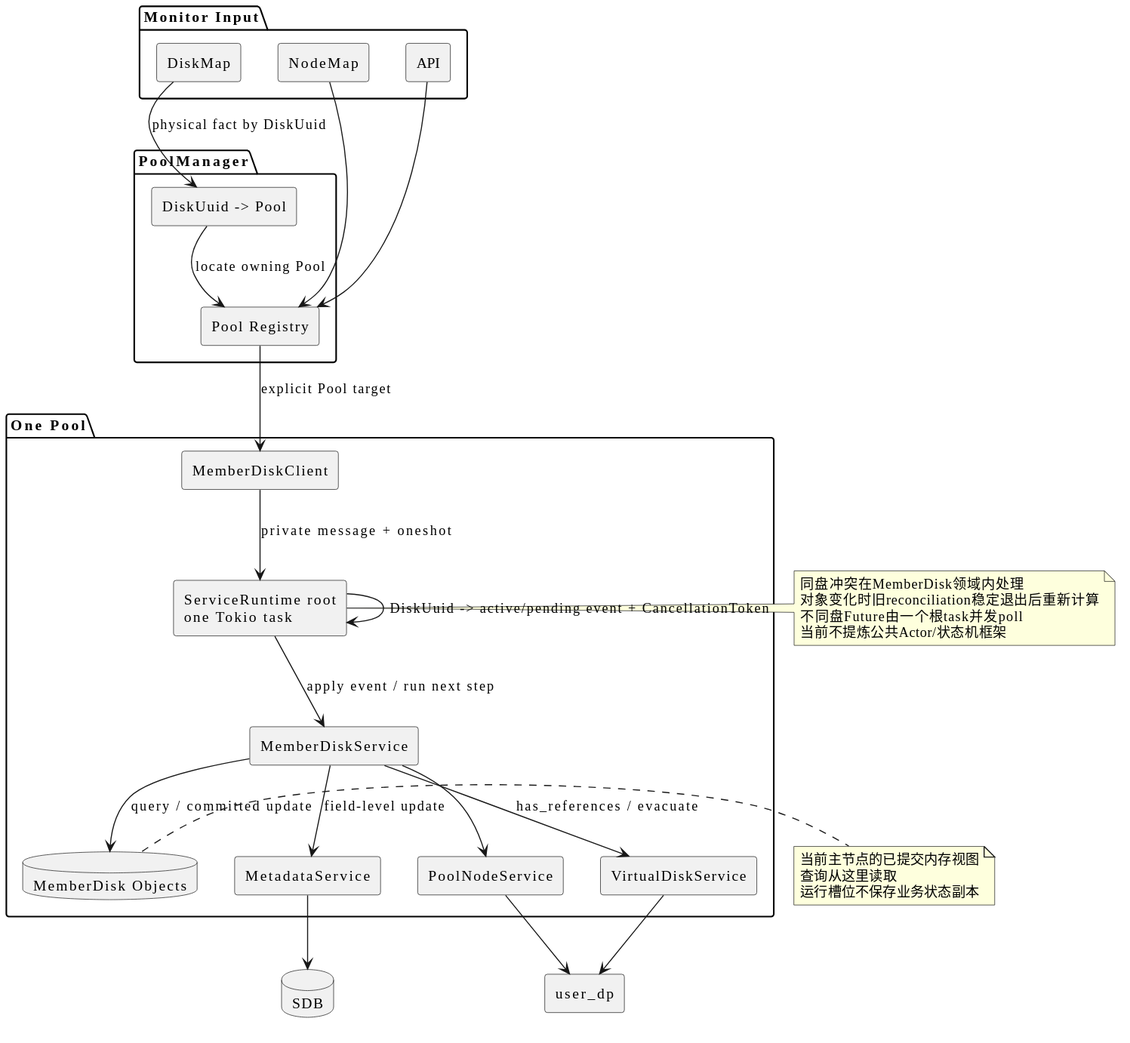
Above: docs/assets/hybrid-control-model.svg in limushu/runtime (PlantUML), before the change.
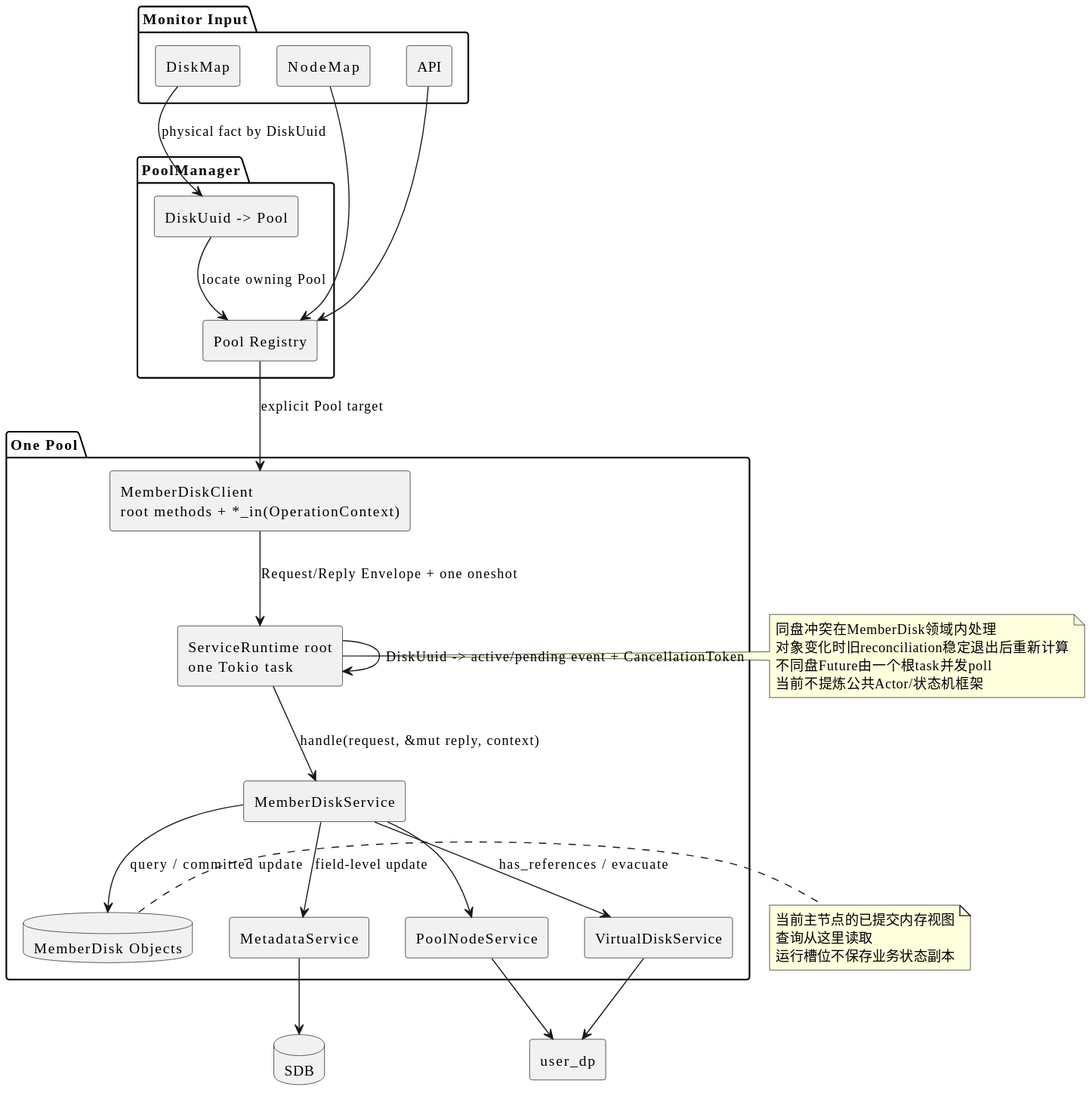
Above is the later version.

What changed in the source:
```diff
@@ -16,7 +16,7 @@
 }
 
 package "One Pool" {
-  component "MemberDiskClient" as Client
+  component "MemberDiskClient\nroot methods + *_in(OperationContext)" as Client
   component "ServiceRuntime root\none Tokio task" as Runtime
   component "MemberDiskService" as Service
   database "MemberDisk Objects" as Objects
@@ -31,8 +31,8 @@
 DiskMap --> Index : physical fact by DiskUuid
 Index --> Registry : locate owning Pool
 Registry --> Client : explicit Pool target
-Client --> Runtime : private message + oneshot
-Runtime --> Service : apply event / run next step
+Client --> Runtime : Request/Reply Envelope + one oneshot
+Runtime --> Service : handle(request, &mut reply, context)
 Runtime --> Runtime : DiskUuid -> active/pending event + CancellationToken
 Service --> Objects : query / committed update
 Service --> Metadata : field-level update
```
